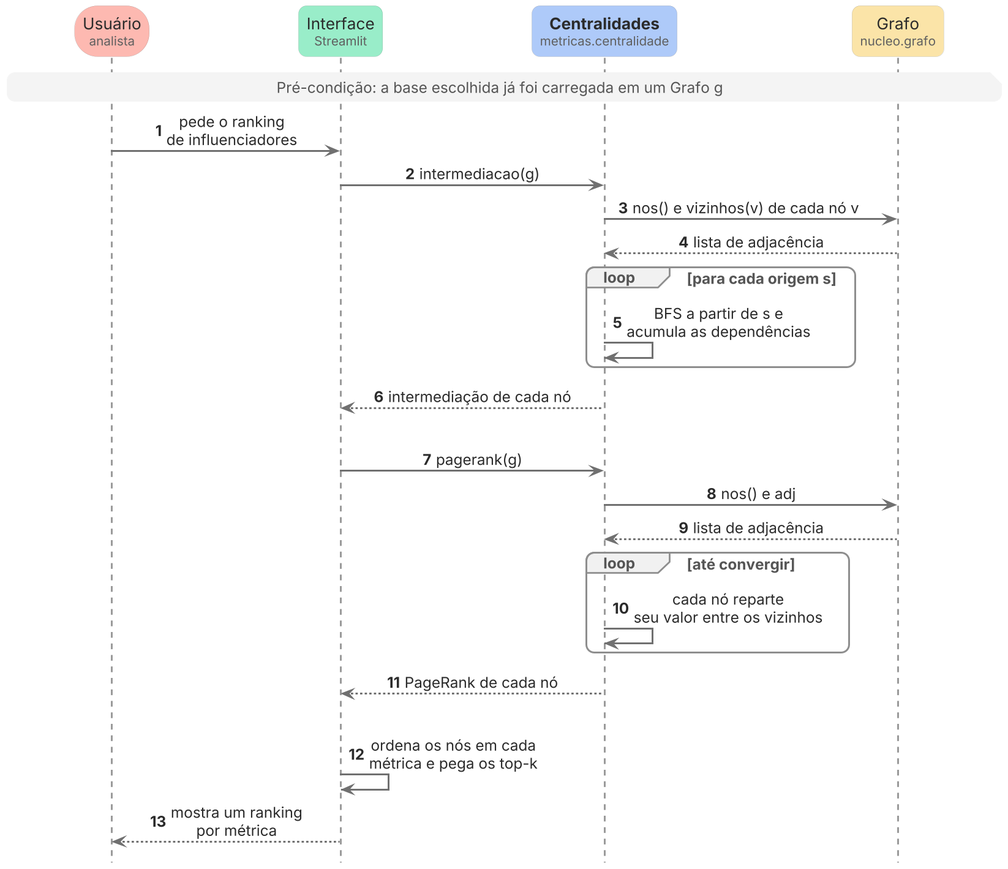
This is documentos/uml/sequencia.png from ofazax/tp-grafos-redes-sociais, a PlantUML export, as it was before one commit. Its diagram source:
```plantuml
@startuml sequencia

!pragma teoz true

skinparam dpi 180
skinparam shadowing false
skinparam backgroundColor #FFFFFF
skinparam defaultFontName Inter
skinparam defaultFontSize 13
skinparam defaultFontColor #2B2B2B
skinparam RoundCorner 14
skinparam sequenceMessageAlign center

skinparam sequence {
  ArrowColor #707070
  ArrowThickness 1.6
  LifeLineBorderColor #9A9A9A
  ParticipantBorderThickness 0
  ParticipantFontSize 14
  ParticipantPadding 60
  GroupBorderColor #8E8E8E
  GroupBorderThickness 1.6
  GroupBackgroundColor #F1F1F1
  GroupHeaderFontColor #555555
  GroupFontColor #555555
}
skinparam note {
  BackgroundColor #F4F4F4
  BorderColor #F4F4F4
  FontColor #555555
}

<style>
sequenceDiagram {
  lifeLine {
    LineThickness 1.6
  }
  .externo {
    RoundCorner 40
  }
}
</style>

hide footbox
hide stereotype
autonumber

participant "Usuário\n<size:11><color:#5F5F5F>analista</color></size>" as U <<externo>> #FDB9B1
participant "Interface\n<size:11><color:#5F5F5F>Streamlit</color></size>" as I #99EDC9
participant "<b>Centralidades</b>\n<size:11><color:#5F5F5F>metricas.centralidade</color></size>" as C #AECAF9
participant "Grafo\n<size:11><color:#5F5F5F>nucleo.grafo</color></size>" as G #FBE4A8

note across : Pré-condição: a base escolhida já foi carregada em um Grafo g

U -> I : pede o ranking\nde influenciadores

I -> C : intermediacao(g)
C -> G : nos() e vizinhos(v) de cada nó v<U+00A0><U+00A0><U+00A0><U+00A0><U+00A0><U+00A0>
G --> C : lista de adjacência
loop para cada origem s
  C -> C : BFS a partir de s e\nacumula as dependências
end
C --> I : intermediação de cada nó
|||

I -> C : pagerank(g)
C -> G : nos() e adj
G --> C : lista de adjacência
loop até convergir
  C -> C : cada nó reparte\nseu valor entre os vizinhos
end
C --> I : PageRank de cada nó
|||

I -> I : ordena os nós em cada\nmétrica e pega os top-k
I --> U : mostra um ranking\npor métrica
@enduml
```
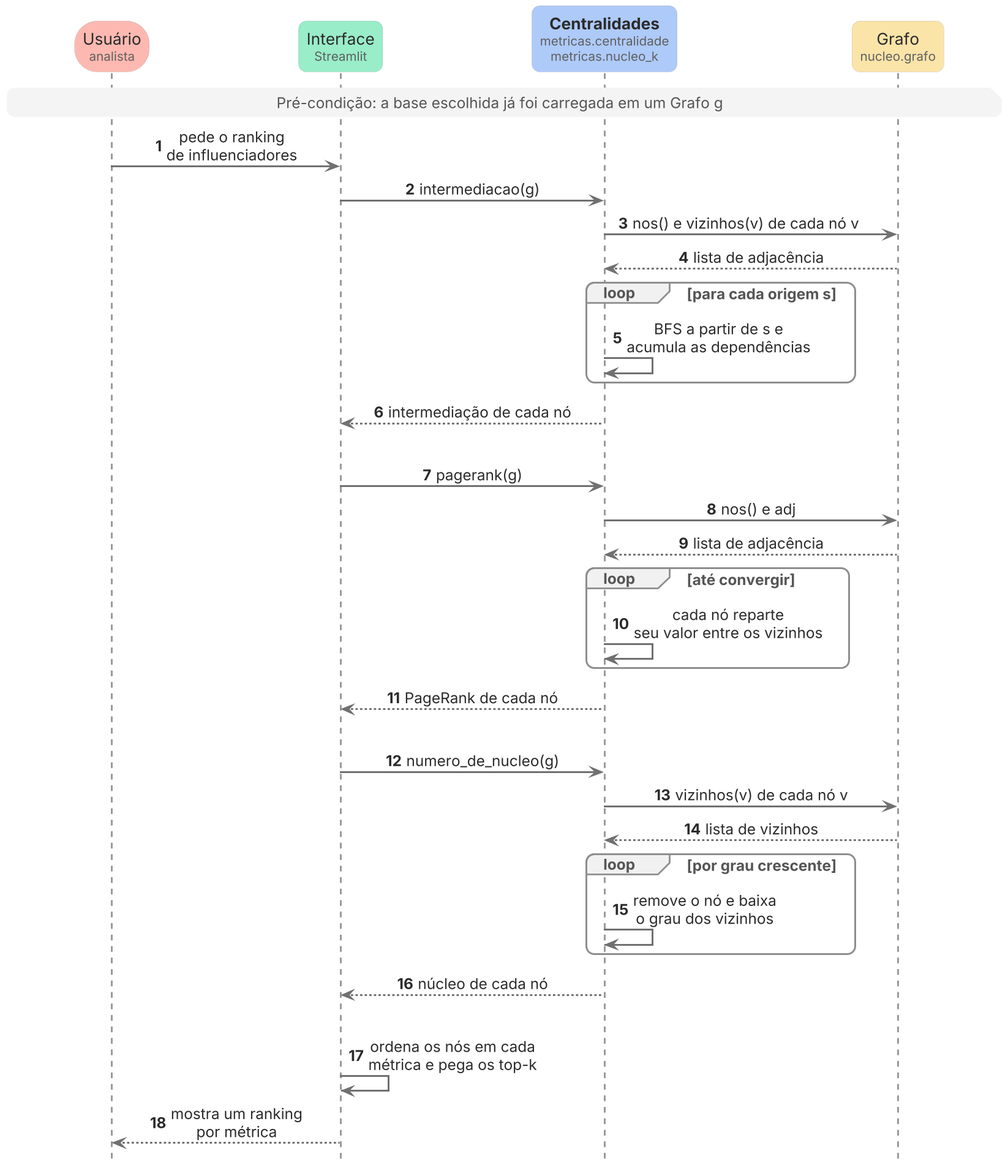
The same file after the commit.

Commit message:
docs atualizacao k-core no diagrama

Change to the diagram source:
```diff
@@ -47,7 +47,7 @@
 
 participant "Usuário\n<size:11><color:#5F5F5F>analista</color></size>" as U <<externo>> #FDB9B1
 participant "Interface\n<size:11><color:#5F5F5F>Streamlit</color></size>" as I #99EDC9
-participant "<b>Centralidades</b>\n<size:11><color:#5F5F5F>metricas.centralidade</color></size>" as C #AECAF9
+participant "<b>Centralidades</b>\n<size:11><color:#5F5F5F>metricas.centralidade</color></size>\n<size:11><color:#5F5F5F>metricas.nucleo_k</color></size>" as C #AECAF9
 participant "Grafo\n<size:11><color:#5F5F5F>nucleo.grafo</color></size>" as G #FBE4A8
 
 note across : Pré-condição: a base escolhida já foi carregada em um Grafo g
@@ -72,6 +72,15 @@
 C --> I : PageRank de cada nó
 |||
 
+I -> C : numero_de_nucleo(g)
+C -> G : vizinhos(v) de cada nó v
+G --> C : lista de vizinhos
+loop por grau crescente
+  C -> C : remove o nó e baixa\no grau dos vizinhos
+end
+C --> I : núcleo de cada nó
+|||
+
 I -> I : ordena os nós em cada\nmétrica e pega os top-k
 I --> U : mostra um ranking\npor métrica
 @enduml
```
